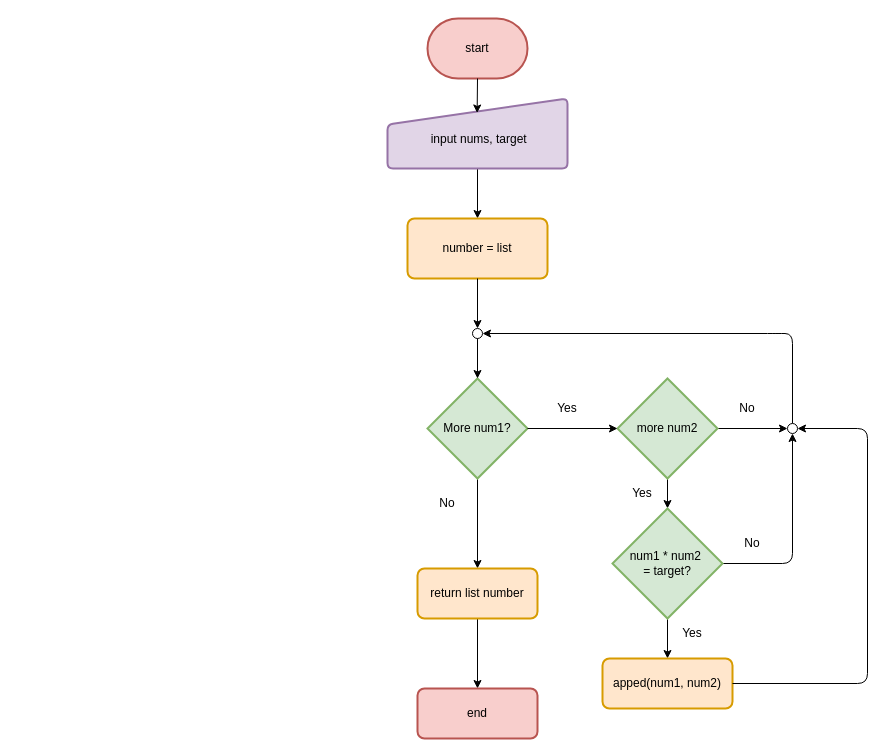
Above: Exam-Example/find_pair_with_product.drawio in Pangpond543/Python-100Problems (draw.io), before the change. Source tidied: cells renumbered, new cells numbered last; positions are measured from the earlier drawing's top-left corner, leaving out a move shared by most shapes. Both pictures are drawn from the tidied source at 100%, with x=0, y=0 at pixel (387, 18).
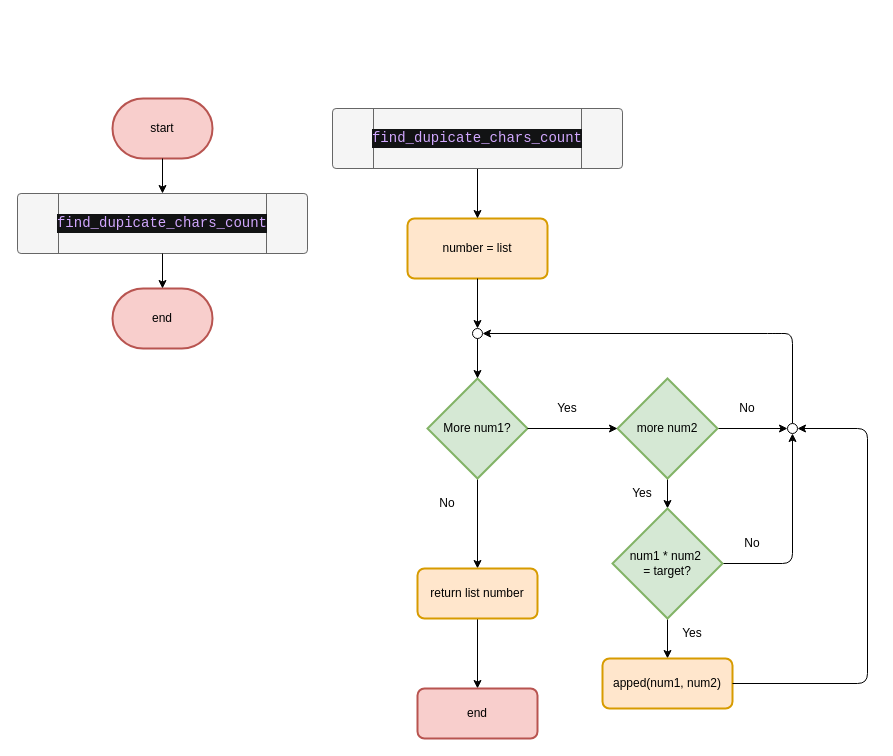
Above is the later version.

The change refers to these unchanged cells:
```xml
<mxCell id="5" value="number = list" style="rounded=1;whiteSpace=wrap;html=1;absoluteArcSize=1;arcSize=14;strokeWidth=2;fillColor=#ffe6cc;strokeColor=#d79b00;" parent="1" vertex="1">
  <mxGeometry x="20" y="200" width="140" height="60" as="geometry" />
</mxCell>
```

What changed in the source:
```diff
@@
-    <mxCell id="2" value="start" style="strokeWidth=2;html=1;shape=mxgraph.flowchart.terminator;whiteSpace=wrap;fillColor=#f8cecc;strokeColor=#b85450;" parent="1" vertex="1">
-      <mxGeometry x="40" width="100" height="60" as="geometry" />
-    </mxCell>
-    <mxCell id="3" style="edgeStyle=none;html=1;exitX=0.5;exitY=1;exitDx=0;exitDy=0;entryX=0.5;entryY=0;entryDx=0;entryDy=0;" parent="1" edge="1" source="4" target="5">
-      <mxGeometry relative="1" as="geometry" />
-    </mxCell>
-    <mxCell id="4" value="&amp;nbsp;input nums, target" style="html=1;strokeWidth=2;shape=manualInput;whiteSpace=wrap;rounded=1;size=26;arcSize=11;verticalAlign=middle;fontSize=12;spacingTop=0;spacingBottom=-11;fillColor=#e1d5e7;strokeColor=#9673a6;" parent="1" vertex="1">
-      <mxGeometry y="80" width="180" height="70" as="geometry" />
-    </mxCell>
@@
-    <mxCell id="19" style="edgeStyle=none;html=1;exitX=0.5;exitY=1;exitDx=0;exitDy=0;exitPerimeter=0;entryX=0.498;entryY=0.207;entryDx=0;entryDy=0;entryPerimeter=0;" parent="1" edge="1" source="2" target="4">
-      <mxGeometry relative="1" as="geometry" />
-    </mxCell>
@@
+    <mxCell id="32" style="group;" parent="1" vertex="1">
+      <mxGeometry x="-305" y="80" width="250" height="250" as="geometry" />
+    </mxCell>
+    <mxCell id="33" style="edgeStyle=none;html=1;" parent="32" edge="1" source="2">
+      <mxGeometry relative="1" as="geometry" />
+    </mxCell>
+    <mxCell id="2" value="start" style="strokeWidth=2;html=1;shape=mxgraph.flowchart.terminator;whiteSpace=wrap;fillColor=#f8cecc;strokeColor=#b85450;" parent="32" vertex="1">
+      <mxGeometry x="30" width="100" height="60" as="geometry" />
+    </mxCell>
+    <mxCell id="34" value="end" style="strokeWidth=2;html=1;shape=mxgraph.flowchart.terminator;whiteSpace=wrap;fillColor=#f8cecc;strokeColor=#b85450;" parent="32" vertex="1">
+      <mxGeometry x="30" y="190" width="100" height="60" as="geometry" />
+    </mxCell>
+    <mxCell id="35" style="edgeStyle=none;html=1;entryX=0.5;entryY=0;entryDx=0;entryDy=0;entryPerimeter=0;" parent="32" edge="1" target="34">
+      <mxGeometry relative="1" as="geometry" />
+    </mxCell>
+    <mxCell id="36" value="&lt;div style=&quot;color: rgb(187, 190, 191); background-color: rgb(18, 19, 20); font-family: Consolas, &amp;quot;Courier New&amp;quot;, monospace; font-size: 14px; line-height: 19px; white-space: pre;&quot;&gt;&lt;div style=&quot;color: rgb(187, 190, 191); line-height: 19px;&quot;&gt;&lt;span style=&quot;color: #d2a8ff;&quot;&gt;find_dupicate_chars_count&lt;/span&gt;&lt;/div&gt;&lt;/div&gt;" style="verticalLabelPosition=bottom;verticalAlign=top;html=1;shape=process;whiteSpace=wrap;rounded=1;size=0.14;arcSize=6;spacingTop=-46;fillColor=#f5f5f5;strokeColor=#666666;" parent="32" vertex="1">
+      <mxGeometry x="-65" y="95" width="290" height="60" as="geometry" />
+    </mxCell>
+    <mxCell id="37" style="edgeStyle=none;html=1;exitX=0.5;exitY=1;exitDx=0;exitDy=0;exitPerimeter=0;entryX=0.5;entryY=0;entryDx=0;entryDy=0;" parent="32" edge="1" source="2" target="36">
+      <mxGeometry relative="1" as="geometry" />
+    </mxCell>
+    <mxCell id="38" style="edgeStyle=none;html=1;exitX=0.5;exitY=1;exitDx=0;exitDy=0;entryX=0.5;entryY=0;entryDx=0;entryDy=0;entryPerimeter=0;" parent="32" edge="1" source="36" target="34">
+      <mxGeometry relative="1" as="geometry" />
+    </mxCell>
+    <mxCell id="39" style="edgeStyle=none;html=1;entryX=0.5;entryY=0;entryDx=0;entryDy=0;" parent="1" edge="1" source="40" target="5">
+      <mxGeometry relative="1" as="geometry" />
+    </mxCell>
+    <mxCell id="40" value="&lt;div style=&quot;color: rgb(187, 190, 191); background-color: rgb(18, 19, 20); font-family: Consolas, &amp;quot;Courier New&amp;quot;, monospace; font-size: 14px; line-height: 19px; white-space: pre;&quot;&gt;&lt;div style=&quot;color: rgb(187, 190, 191); line-height: 19px;&quot;&gt;&lt;span style=&quot;color: #d2a8ff;&quot;&gt;find_dupicate_chars_count&lt;/span&gt;&lt;/div&gt;&lt;/div&gt;" style="verticalLabelPosition=bottom;verticalAlign=top;html=1;shape=process;whiteSpace=wrap;rounded=1;size=0.14;arcSize=6;spacingTop=-46;fillColor=#f5f5f5;strokeColor=#666666;" parent="1" vertex="1">
+      <mxGeometry x="-55" y="90" width="290" height="60" as="geometry" />
+    </mxCell>
```
